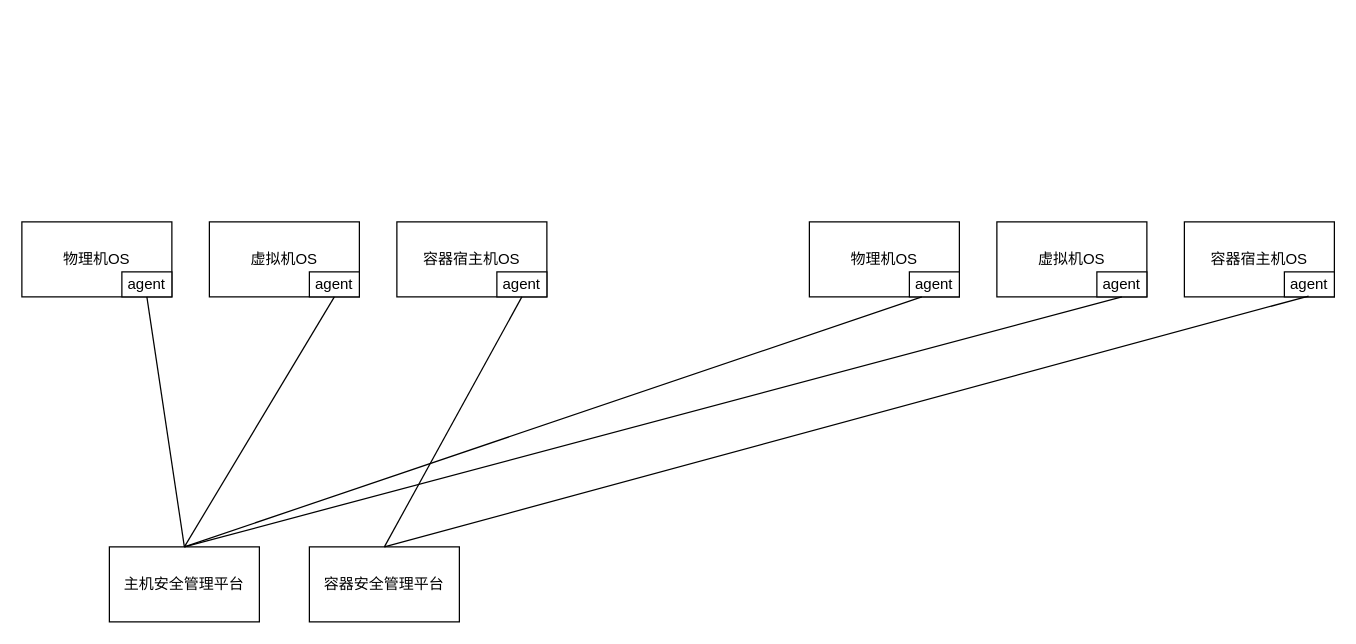
Earlier version of the draw.io diagram edr.drawio (razor/1102_decoration). Source tidied: cells renumbered, new cells numbered last; positions are measured from the earlier drawing's top-left corner, leaving out a move shared by most shapes. Both pictures are drawn from the tidied source at 125%, with x=0, y=0 at pixel (21, 221).
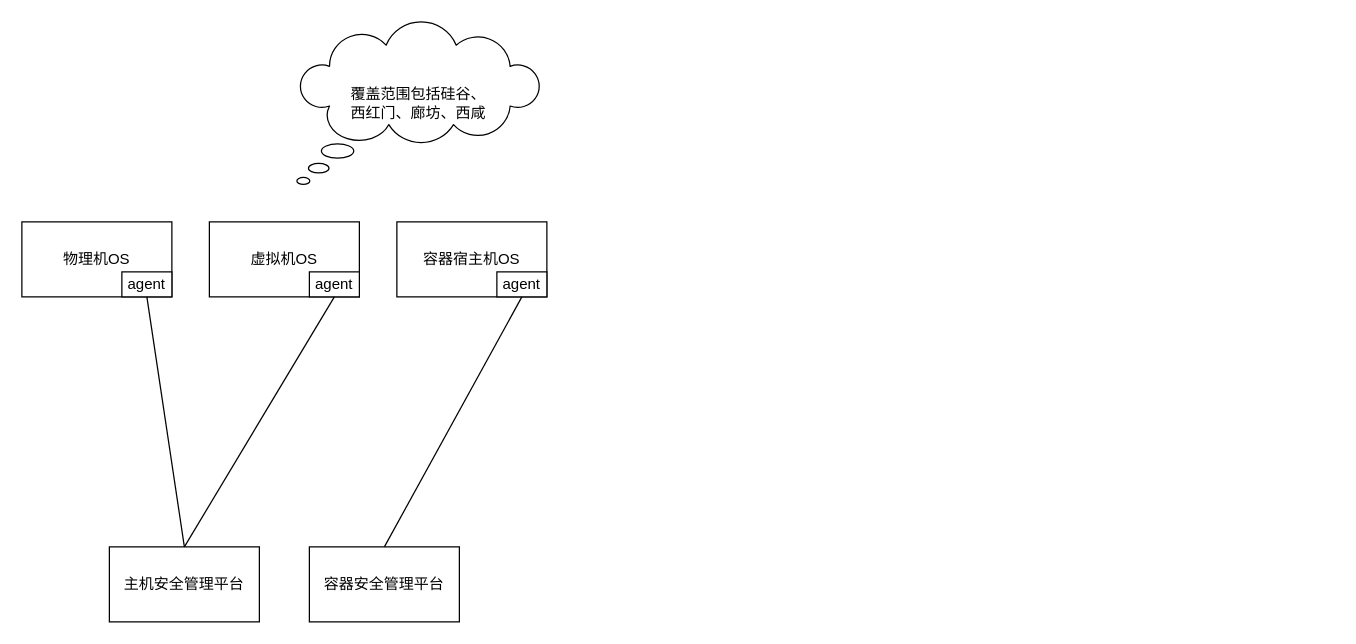
After the change.

Unchanged cells that the change refers to:
```xml
<mxCell id="14" value="主机安全管理平台" style="rounded=0;whiteSpace=wrap;html=1;" parent="1" vertex="1">
  <mxGeometry x="70" y="260" width="120" height="60" as="geometry" />
</mxCell>
<mxCell id="15" value="容器安全管理平台" style="rounded=0;whiteSpace=wrap;html=1;" parent="1" vertex="1">
  <mxGeometry x="230" y="260" width="120" height="60" as="geometry" />
</mxCell>
```

What changed in the source:
```diff
@@
-    <mxCell id="8" value="物理机OS" style="rounded=0;whiteSpace=wrap;html=1;" parent="1" vertex="1">
-      <mxGeometry x="630" width="120" height="60" as="geometry" />
-    </mxCell>
-    <mxCell id="9" value="虚拟机OS" style="rounded=0;whiteSpace=wrap;html=1;" parent="1" vertex="1">
-      <mxGeometry x="780" width="120" height="60" as="geometry" />
-    </mxCell>
-    <mxCell id="10" value="容器宿主机OS" style="rounded=0;whiteSpace=wrap;html=1;" parent="1" vertex="1">
-      <mxGeometry x="930" width="120" height="60" as="geometry" />
-    </mxCell>
-    <mxCell id="11" value="agent" style="rounded=0;whiteSpace=wrap;html=1;" parent="1" vertex="1">
-      <mxGeometry x="710" y="40" width="40" height="20" as="geometry" />
-    </mxCell>
-    <mxCell id="12" value="agent" style="rounded=0;whiteSpace=wrap;html=1;" parent="1" vertex="1">
-      <mxGeometry x="860" y="40" width="40" height="20" as="geometry" />
-    </mxCell>
-    <mxCell id="13" value="agent" style="rounded=0;whiteSpace=wrap;html=1;" parent="1" vertex="1">
-      <mxGeometry x="1010" y="40" width="40" height="20" as="geometry" />
-    </mxCell>
@@
-    <mxCell id="18" style="endArrow=none;html=1;rounded=0;entryX=0.25;entryY=1;entryDx=0;entryDy=0;exitX=0.5;exitY=0;exitDx=0;exitDy=0;" parent="1" edge="1" source="14" target="11">
-      <mxGeometry relative="1" as="geometry" />
-    </mxCell>
-    <mxCell id="19" style="endArrow=none;html=1;rounded=0;entryX=0.5;entryY=1;entryDx=0;entryDy=0;exitX=0.5;exitY=0;exitDx=0;exitDy=0;" parent="1" edge="1" source="14" target="12">
-      <mxGeometry relative="1" as="geometry" />
-    </mxCell>
@@
-    <mxCell id="21" style="endArrow=none;html=1;rounded=0;entryX=0.828;entryY=0.989;entryDx=0;entryDy=0;exitX=0.5;exitY=0;exitDx=0;exitDy=0;entryPerimeter=0;" parent="1" edge="1" source="15" target="10">
-      <mxGeometry relative="1" as="geometry" />
-    </mxCell>
+    <mxCell id="22" value="覆盖范围包括硅谷、&lt;div&gt;西红门、廊坊、西咸&lt;/div&gt;" style="whiteSpace=wrap;html=1;shape=mxgraph.basic.cloud_callout;" parent="1" vertex="1">
+      <mxGeometry x="220" y="-160" width="195" height="130" as="geometry" />
+    </mxCell>
```
